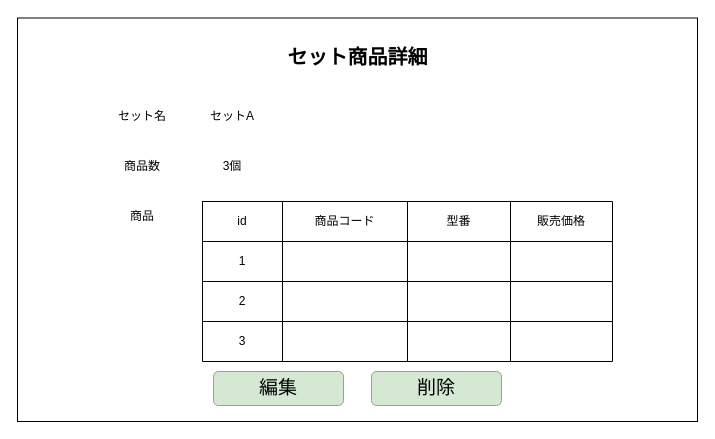
The draw.io diagram page "S07-03 セット商品詳細" (3 of 4) of 各種設計書/6.画面設計書/S07_在庫.drawio in HaruShim/Sotuken, before the edit. Source tidied: cells renumbered, new cells numbered last; positions are measured from the earlier drawing's top-left corner, leaving out a move shared by most shapes. Both pictures are drawn from the tidied source at 100%, with x=0, y=0 at pixel (17, 17).
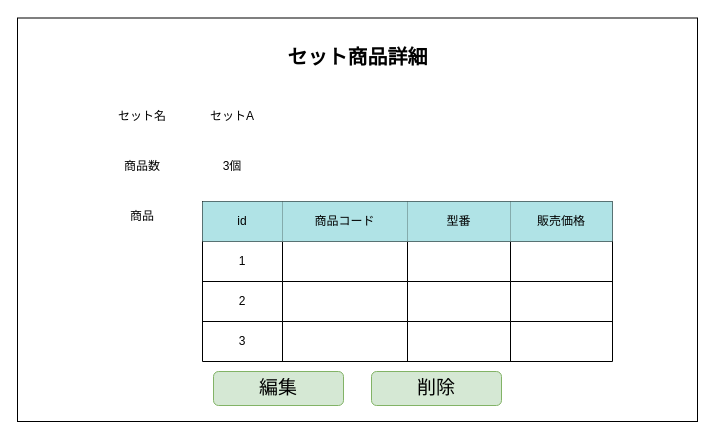
Above is the later version.

Unchanged cells that the change refers to:
```xml
<mxCell id="8" style="shape=partialRectangle;fillColor=none;top=0;left=0;bottom=0;right=0;" parent="7" vertex="1">
  <mxGeometry width="410" height="40" as="geometry" />
</mxCell>
```

Change to the diagram source:
```diff
@@
-    <mxCell id="9" value="id" style="shape=partialRectangle;html=1;whiteSpace=wrap;overflow=hidden;fillColor=none;top=0;left=0;bottom=0;right=0;" parent="8" vertex="1">
+    <mxCell id="9" value="id" style="shape=partialRectangle;html=1;whiteSpace=wrap;overflow=hidden;fillColor=#b0e3e6;top=0;left=0;bottom=0;right=0;strokeColor=#0e8088;" parent="8" vertex="1">
       <mxGeometry width="80" height="40" as="geometry" />
     </mxCell>
-    <mxCell id="10" value="商品コード" style="shape=partialRectangle;html=1;whiteSpace=wrap;overflow=hidden;fillColor=none;top=0;left=0;bottom=0;right=0;" parent="8" vertex="1">
+    <mxCell id="10" value="商品コード" style="shape=partialRectangle;html=1;whiteSpace=wrap;overflow=hidden;fillColor=#b0e3e6;top=0;left=0;bottom=0;right=0;strokeColor=#0e8088;" parent="8" vertex="1">
       <mxGeometry x="80" width="125" height="40" as="geometry" />
     </mxCell>
-    <mxCell id="11" value="型番" style="shape=partialRectangle;html=1;whiteSpace=wrap;overflow=hidden;fillColor=none;top=0;left=0;bottom=0;right=0;" parent="8" vertex="1">
+    <mxCell id="11" value="型番" style="shape=partialRectangle;html=1;whiteSpace=wrap;overflow=hidden;fillColor=#b0e3e6;top=0;left=0;bottom=0;right=0;strokeColor=#0e8088;" parent="8" vertex="1">
       <mxGeometry x="205" width="103" height="40" as="geometry" />
     </mxCell>
-    <mxCell id="12" value="販売価格" style="shape=partialRectangle;html=1;whiteSpace=wrap;overflow=hidden;fillColor=none;top=0;left=0;bottom=0;right=0;" parent="8" vertex="1">
+    <mxCell id="12" value="販売価格" style="shape=partialRectangle;html=1;whiteSpace=wrap;overflow=hidden;fillColor=#b0e3e6;top=0;left=0;bottom=0;right=0;strokeColor=#0e8088;" parent="8" vertex="1">
       <mxGeometry x="308" width="102" height="40" as="geometry" />
     </mxCell>
```
